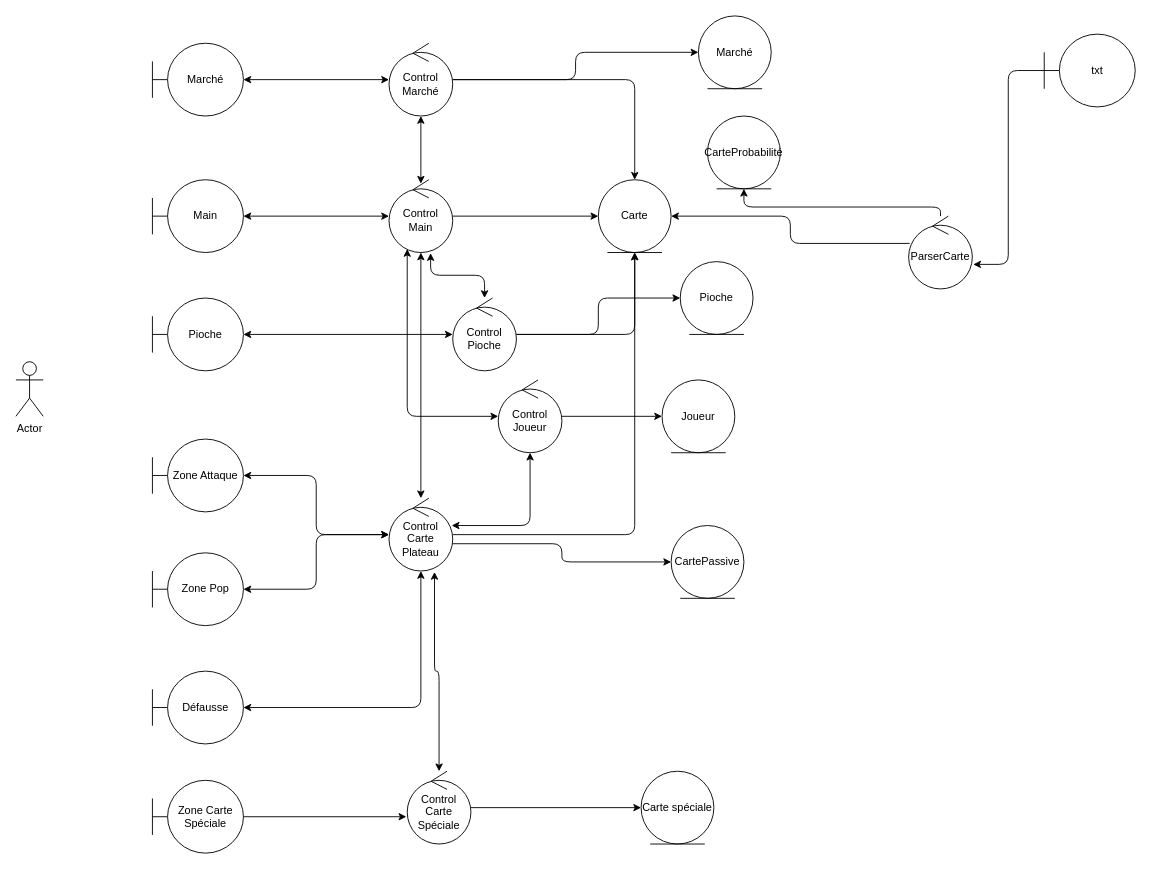
coco875/ProjetPirate keeps this draw.io diagram as Diagramme de robustesse.drawio. Above is the earlier version. Source tidied: cells renumbered, new cells numbered last; positions are measured from the earlier drawing's top-left corner, leaving out a move shared by most shapes. Both pictures are drawn from the tidied source at 91%, with x=0, y=0 at pixel (15, 15).
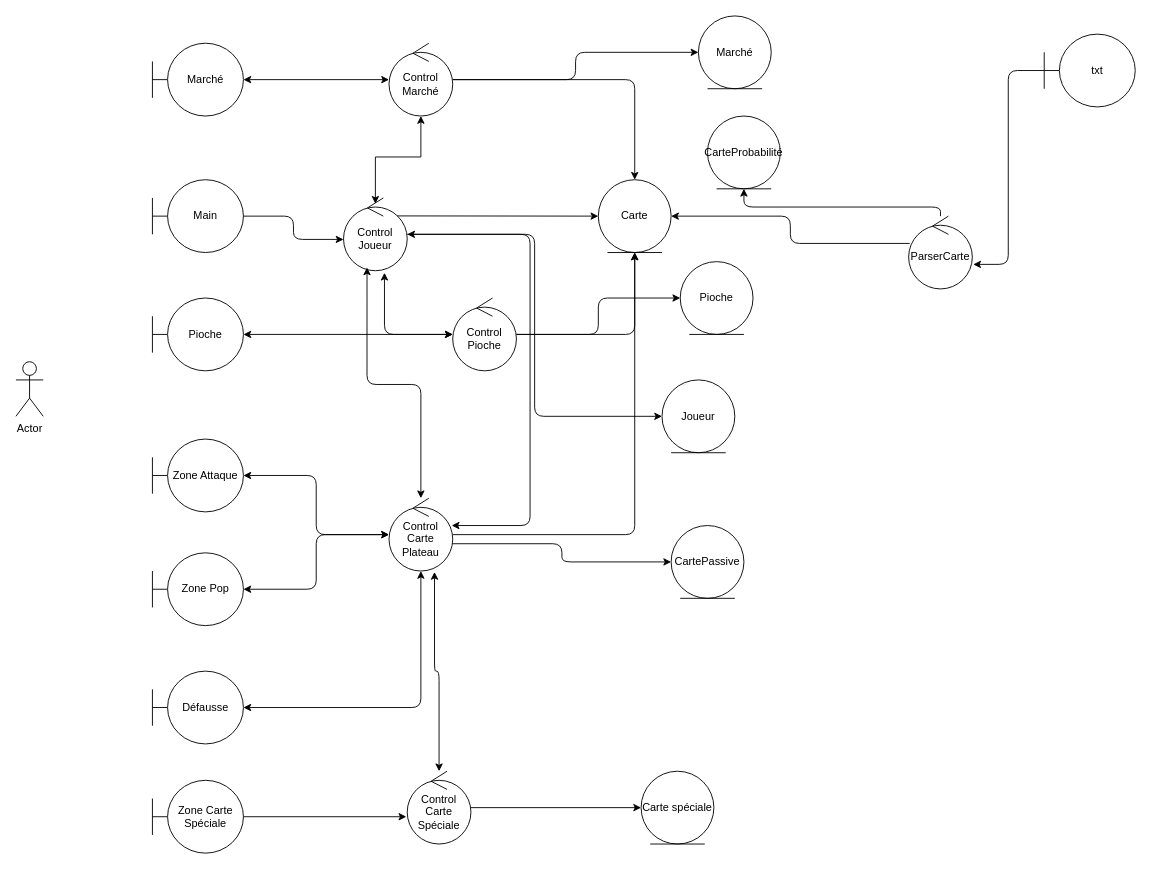
After the change.

Commit message:
Fusion ControlJoueur ControlMain

Unchanged cells that the change refers to:
```xml
<mxCell id="4" value="Main" style="shape=umlBoundary;whiteSpace=wrap;html=1;" parent="1" vertex="1">
  <mxGeometry x="150" y="180" width="100" height="80" as="geometry" />
</mxCell>
<mxCell id="17" value="Control Carte Plateau" style="ellipse;shape=umlControl;whiteSpace=wrap;html=1;" parent="1" vertex="1">
  <mxGeometry x="410" y="530" width="70" height="80" as="geometry" />
</mxCell>
<mxCell id="21" value="Joueur" style="ellipse;shape=umlEntity;whiteSpace=wrap;html=1;" parent="1" vertex="1">
  <mxGeometry x="710" y="400" width="80" height="80" as="geometry" />
</mxCell>
<mxCell id="24" value="Carte" style="ellipse;shape=umlEntity;whiteSpace=wrap;html=1;" parent="1" vertex="1">
  <mxGeometry x="640" y="180" width="80" height="80" as="geometry" />
</mxCell>
<mxCell id="27" value="Control Pioche" style="ellipse;shape=umlControl;whiteSpace=wrap;html=1;" parent="1" vertex="1">
  <mxGeometry x="480" y="310" width="70" height="80" as="geometry" />
</mxCell>
<mxCell id="40" value="Control Marché" style="ellipse;shape=umlControl;whiteSpace=wrap;html=1;" parent="1" vertex="1">
  <mxGeometry x="410" y="30" width="70" height="80" as="geometry" />
</mxCell>
```

Change to the diagram source:
```diff
@@
-    <mxCell id="3" style="edgeStyle=none;html=1;startArrow=classic;startFill=1;" parent="1" edge="1" source="4" target="23">
-      <mxGeometry relative="1" as="geometry" />
-    </mxCell>
@@
-    <mxCell id="14" style="edgeStyle=none;html=1;startArrow=classic;startFill=1;" parent="1" edge="1" source="17" target="23">
-      <mxGeometry relative="1" as="geometry" />
-    </mxCell>
@@
-    <mxCell id="18" style="edgeStyle=none;html=1;entryX=0;entryY=0.5;entryDx=0;entryDy=0;" parent="1" edge="1" source="20" target="21">
+    <mxCell id="18" style="edgeStyle=orthogonalEdgeStyle;rounded=1;jettySize=auto;html=1;entryX=0;entryY=0.5;entryDx=0;entryDy=0;curved=0;" parent="1" edge="1" source="20" target="21">
       <mxGeometry relative="1" as="geometry" />
     </mxCell>
-    <mxCell id="19" style="edgeStyle=orthogonalEdgeStyle;html=1;startArrow=classic;startFill=1;" parent="1" edge="1" source="20" target="23">
-      <mxGeometry relative="1" as="geometry">
-        <Array as="points">
-          <mxPoint x="430" y="440" />
-        </Array>
-      </mxGeometry>
-    </mxCell>
     <mxCell id="20" value="Control Joueur" style="ellipse;shape=umlControl;whiteSpace=wrap;html=1;" parent="1" vertex="1">
-      <mxGeometry x="530" y="400" width="70" height="80" as="geometry" />
+      <mxGeometry x="360" y="200" width="70" height="80" as="geometry" />
     </mxCell>
@@
-    <mxCell id="22" style="edgeStyle=none;html=1;" parent="1" edge="1" source="23" target="24">
+    <mxCell id="22" style="edgeStyle=none;html=1;exitX=0.845;exitY=0.247;exitDx=0;exitDy=0;exitPerimeter=0;" parent="1" edge="1" source="20" target="24">
       <mxGeometry relative="1" as="geometry" />
     </mxCell>
-    <mxCell id="23" value="Control Main" style="ellipse;shape=umlControl;whiteSpace=wrap;html=1;" parent="1" vertex="1">
-      <mxGeometry x="410" y="180" width="70" height="80" as="geometry" />
-    </mxCell>
@@
-    <mxCell id="35" style="edgeStyle=orthogonalEdgeStyle;rounded=1;jettySize=auto;html=1;entryX=0.653;entryY=1.008;entryDx=0;entryDy=0;entryPerimeter=0;startArrow=classic;startFill=1;curved=0;" parent="1" edge="1" source="27" target="23">
+    <mxCell id="35" style="edgeStyle=orthogonalEdgeStyle;rounded=1;jettySize=auto;html=1;entryX=0.643;entryY=1.028;entryDx=0;entryDy=0;entryPerimeter=0;startArrow=classic;startFill=1;curved=0;" parent="1" edge="1" source="27" target="20">
       <mxGeometry relative="1" as="geometry" />
     </mxCell>
@@
-    <mxCell id="41" style="edgeStyle=orthogonalEdgeStyle;rounded=0;jettySize=auto;html=1;entryX=0.5;entryY=0.054;entryDx=0;entryDy=0;entryPerimeter=0;startArrow=classic;startFill=1;" parent="1" edge="1" source="40" target="23">
+    <mxCell id="41" style="edgeStyle=orthogonalEdgeStyle;rounded=0;jettySize=auto;html=1;entryX=0.5;entryY=0.08;entryDx=0;entryDy=0;entryPerimeter=0;startArrow=classic;startFill=1;" parent="1" edge="1" source="40" target="20">
       <mxGeometry relative="1" as="geometry" />
     </mxCell>
@@
+    <mxCell id="50" style="edgeStyle=orthogonalEdgeStyle;rounded=1;jettySize=auto;html=1;entryX=0;entryY=0.57;entryDx=0;entryDy=0;entryPerimeter=0;curved=0;" parent="1" edge="1" source="4" target="20">
+      <mxGeometry relative="1" as="geometry" />
+    </mxCell>
+    <mxCell id="51" style="edgeStyle=orthogonalEdgeStyle;rounded=1;jettySize=auto;html=1;entryX=0.369;entryY=0.955;entryDx=0;entryDy=0;entryPerimeter=0;startArrow=classic;startFill=1;curved=0;" parent="1" edge="1" source="17" target="20">
+      <mxGeometry relative="1" as="geometry" />
+    </mxCell>
```
